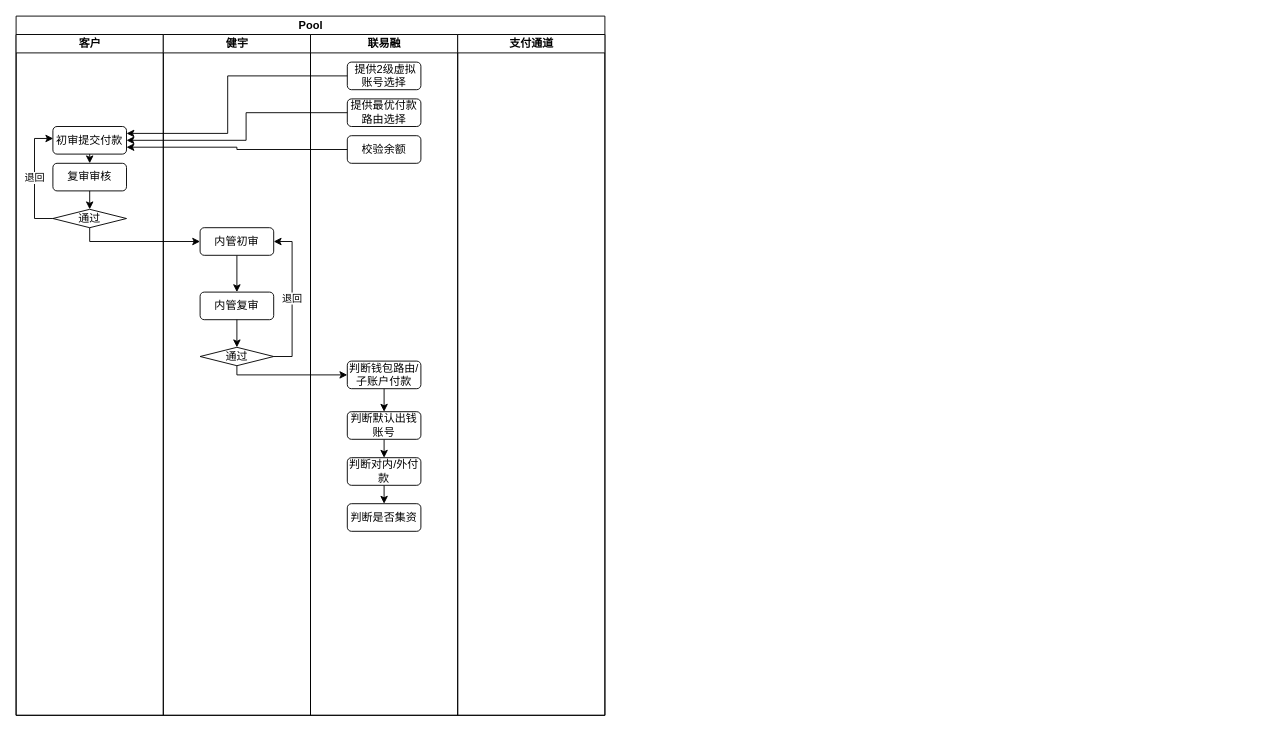
Before: LLSI/正常付款/扣除手续费流程.drawio in 0573xieguojia/To-program, a draw.io diagram. Source tidied: cells renumbered, new cells numbered last; positions are measured from the earlier drawing's top-left corner, leaving out a move shared by most shapes. Both pictures are drawn from the tidied source at 92%, with x=0, y=0 at pixel (16, 16).
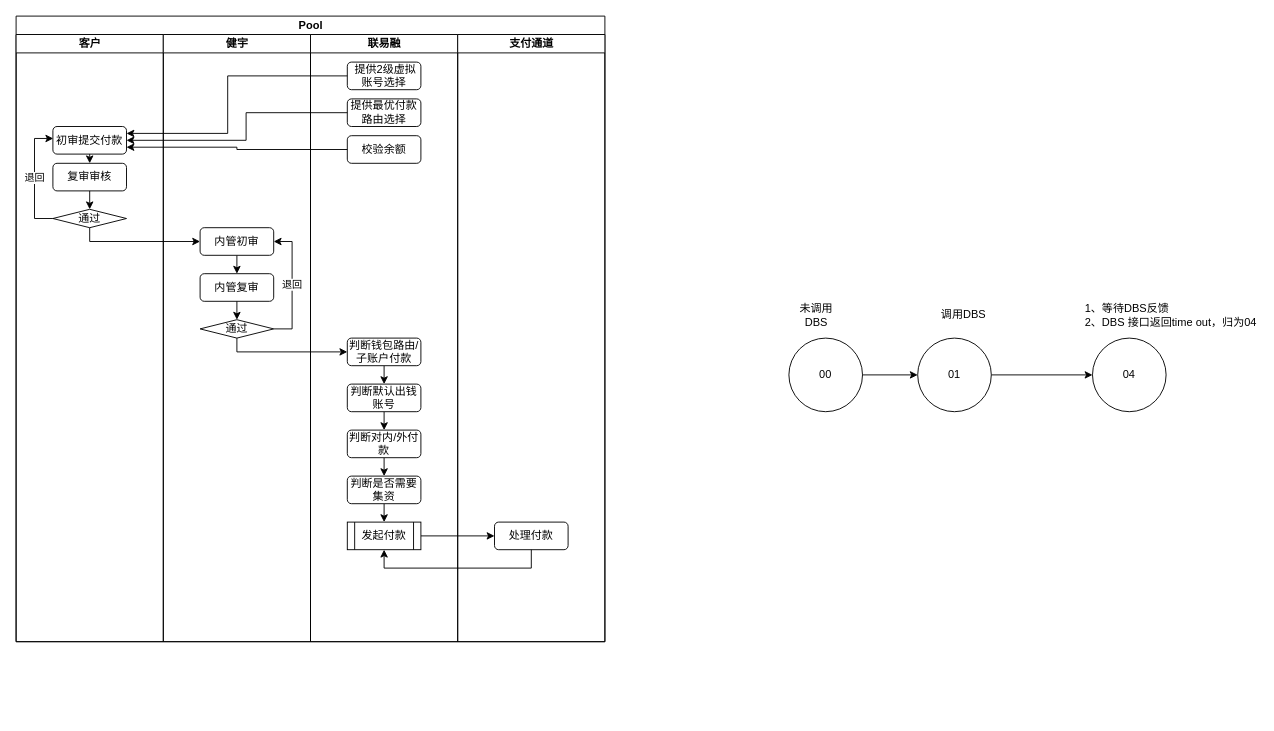
The same diagram, later.

Commit message (it also covers changes not shown here):
更新扣除手续费流程.drawio

The edit, as a diff of the source:
```diff
@@
     <mxCell id="2" value="Pool" style="swimlane;startSize=20;html=1;" parent="1" vertex="1">
-      <mxGeometry width="640" height="760" as="geometry" />
+      <mxGeometry width="640" height="680" as="geometry" />
     </mxCell>
     <mxCell id="3" value="客户" style="swimlane;startSize=20;html=1;" parent="2" vertex="1">
-      <mxGeometry y="20" width="160" height="740" as="geometry" />
+      <mxGeometry y="20" width="160" height="660" as="geometry" />
     </mxCell>
@@
     <mxCell id="11" value="健宇" style="swimlane;startSize=20;html=1;" parent="2" vertex="1">
-      <mxGeometry x="160" y="20" width="160" height="740" as="geometry" />
+      <mxGeometry x="160" y="20" width="160" height="660" as="geometry" />
     </mxCell>
@@
     <mxCell id="14" value="内管复审" style="rounded=1;whiteSpace=wrap;html=1;" parent="11" vertex="1">
-      <mxGeometry x="40" y="280" width="80" height="30" as="geometry" />
+      <mxGeometry x="40" y="260" width="80" height="30" as="geometry" />
     </mxCell>
@@
     <mxCell id="16" value="通过" style="rhombus;whiteSpace=wrap;html=1;" parent="11" vertex="1">
-      <mxGeometry x="40" y="340" width="80" height="20" as="geometry" />
+      <mxGeometry x="40" y="310" width="80" height="20" as="geometry" />
     </mxCell>
@@
     <mxCell id="18" value="联易融" style="swimlane;startSize=20;html=1;" parent="2" vertex="1">
-      <mxGeometry x="320" y="20" width="160" height="740" as="geometry" />
+      <mxGeometry x="320" y="20" width="160" height="660" as="geometry" />
     </mxCell>
@@
     <mxCell id="20" value="判断钱包路由/子账户付款" style="rounded=1;whiteSpace=wrap;html=1;" parent="18" vertex="1">
-      <mxGeometry x="40" y="355" width="80" height="30" as="geometry" />
+      <mxGeometry x="40" y="330" width="80" height="30" as="geometry" />
     </mxCell>
@@
     <mxCell id="22" value="判断默认出钱账号" style="rounded=1;whiteSpace=wrap;html=1;" parent="18" vertex="1">
-      <mxGeometry x="40" y="410" width="80" height="30" as="geometry" />
+      <mxGeometry x="40" y="380" width="80" height="30" as="geometry" />
     </mxCell>
@@
     <mxCell id="24" value="判断对内/外付款" style="rounded=1;whiteSpace=wrap;html=1;" parent="18" vertex="1">
-      <mxGeometry x="40" y="460" width="80" height="30" as="geometry" />
+      <mxGeometry x="40" y="430" width="80" height="30" as="geometry" />
     </mxCell>
+    <mxCell id="34" style="edgeStyle=orthogonalEdgeStyle;rounded=0;jettySize=auto;html=1;exitX=0.5;exitY=1;exitDx=0;exitDy=0;entryX=0.5;entryY=0;entryDx=0;entryDy=0;" parent="18" edge="1" source="25" target="36">
+      <mxGeometry relative="1" as="geometry" />
+    </mxCell>
-    <mxCell id="25" value="判断是否集资" style="rounded=1;whiteSpace=wrap;html=1;" parent="18" vertex="1">
-      <mxGeometry x="40" y="510" width="80" height="30" as="geometry" />
+    <mxCell id="25" value="判断是否需要集资" style="rounded=1;whiteSpace=wrap;html=1;" parent="18" vertex="1">
+      <mxGeometry x="40" y="480" width="80" height="30" as="geometry" />
     </mxCell>
@@
+    <mxCell id="35" style="edgeStyle=orthogonalEdgeStyle;rounded=0;jettySize=auto;html=1;exitX=1;exitY=0.5;exitDx=0;exitDy=0;" parent="18" edge="1" source="36">
+      <mxGeometry relative="1" as="geometry">
+        <mxPoint x="200" y="545" as="targetPoint" />
+      </mxGeometry>
+    </mxCell>
+    <mxCell id="36" value="发起付款" style="shape=process;whiteSpace=wrap;html=1;backgroundOutline=1;" parent="18" vertex="1">
+      <mxGeometry x="40" y="530" width="80" height="30" as="geometry" />
+    </mxCell>
     <mxCell id="29" value="支付通道" style="swimlane;startSize=20;html=1;" parent="2" vertex="1">
-      <mxGeometry x="480" y="20" width="160" height="740" as="geometry" />
+      <mxGeometry x="480" y="20" width="160" height="660" as="geometry" />
     </mxCell>
+    <mxCell id="37" value="处理付款" style="rounded=1;whiteSpace=wrap;html=1;" parent="29" vertex="1">
+      <mxGeometry x="40" y="530" width="80" height="30" as="geometry" />
+    </mxCell>
     <mxCell id="30" style="edgeStyle=orthogonalEdgeStyle;rounded=0;jettySize=auto;html=1;exitX=0.5;exitY=1;exitDx=0;exitDy=0;entryX=0;entryY=0.5;entryDx=0;entryDy=0;" parent="2" edge="1" source="16" target="20">
       <mxGeometry relative="1" as="geometry">
         <Array as="points">
-          <mxPoint x="240" y="390" />
+          <mxPoint x="240" y="365" />
         </Array>
       </mxGeometry>
     </mxCell>
@@
+    <mxCell id="38" style="edgeStyle=orthogonalEdgeStyle;rounded=0;jettySize=auto;html=1;exitX=0.5;exitY=1;exitDx=0;exitDy=0;entryX=0.5;entryY=1;entryDx=0;entryDy=0;" parent="2" edge="1" source="37" target="36">
+      <mxGeometry relative="1" as="geometry" />
+    </mxCell>
+    <mxCell id="39" style="edgeStyle=orthogonalEdgeStyle;rounded=0;jettySize=auto;html=1;exitX=1;exitY=0.5;exitDx=0;exitDy=0;entryX=0;entryY=0.5;entryDx=0;entryDy=0;" parent="1" edge="1" source="40" target="41">
+      <mxGeometry relative="1" as="geometry" />
+    </mxCell>
+    <mxCell id="40" value="01" style="ellipse;whiteSpace=wrap;html=1;" parent="1" vertex="1">
+      <mxGeometry x="980" y="350" width="80" height="80" as="geometry" />
+    </mxCell>
+    <mxCell id="41" value="04" style="ellipse;whiteSpace=wrap;html=1;" parent="1" vertex="1">
+      <mxGeometry x="1170" y="350" width="80" height="80" as="geometry" />
+    </mxCell>
+    <mxCell id="42" style="edgeStyle=orthogonalEdgeStyle;rounded=0;jettySize=auto;html=1;exitX=1;exitY=0.5;exitDx=0;exitDy=0;entryX=0;entryY=0.5;entryDx=0;entryDy=0;" parent="1" edge="1" source="43" target="40">
+      <mxGeometry relative="1" as="geometry" />
+    </mxCell>
+    <mxCell id="43" value="00" style="ellipse;whiteSpace=wrap;html=1;" parent="1" vertex="1">
+      <mxGeometry x="840" y="350" width="80" height="80" as="geometry" />
+    </mxCell>
+    <mxCell id="44" value="未调用DBS" style="text;html=1;strokeColor=none;fillColor=none;align=center;verticalAlign=middle;whiteSpace=wrap;rounded=0;" parent="1" vertex="1">
+      <mxGeometry x="840" y="310" width="60" height="30" as="geometry" />
+    </mxCell>
+    <mxCell id="45" value="调用DBS" style="text;html=1;strokeColor=none;fillColor=none;align=center;verticalAlign=middle;whiteSpace=wrap;rounded=0;" parent="1" vertex="1">
+      <mxGeometry x="1000" y="310" width="60" height="30" as="geometry" />
+    </mxCell>
+    <mxCell id="46" value="1、等待DBS反馈&lt;br&gt;2、DBS 接口返回time out，归为04" style="text;html=1;strokeColor=none;fillColor=none;align=left;verticalAlign=middle;whiteSpace=wrap;rounded=0;" parent="1" vertex="1">
+      <mxGeometry x="1160" y="310" width="190" height="30" as="geometry" />
+    </mxCell>
```
